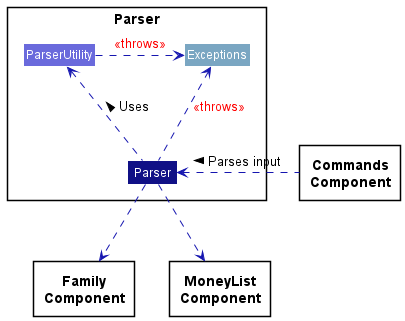
nus-cs2113-AY2122S2/tp keeps this PlantUML diagram as docs/images/ParserClassDiagram.png. Above is the earlier version.
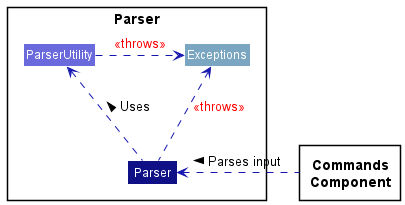
The same file after the commit.

Commit message:
Update Parser Class diagram to fit current view

Diff of the diagram source:
```diff
@@ -11,16 +11,9 @@
 
 package Commands as "**Commands**\n**Component**" {
 }
-package Family as "**Family**\n**Component**" {
-}
-
-package MoneyList as "**MoneyList**\n**Component**" {
-}
 
 
 Commands .L.> Parser : Parses input >
-Parser -.> Family
-Parser -.> MoneyList
 
 Parser -U.> Exceptions : <color: red><<throws>>
 Parser -L.> ParserUtility : Uses >
```
